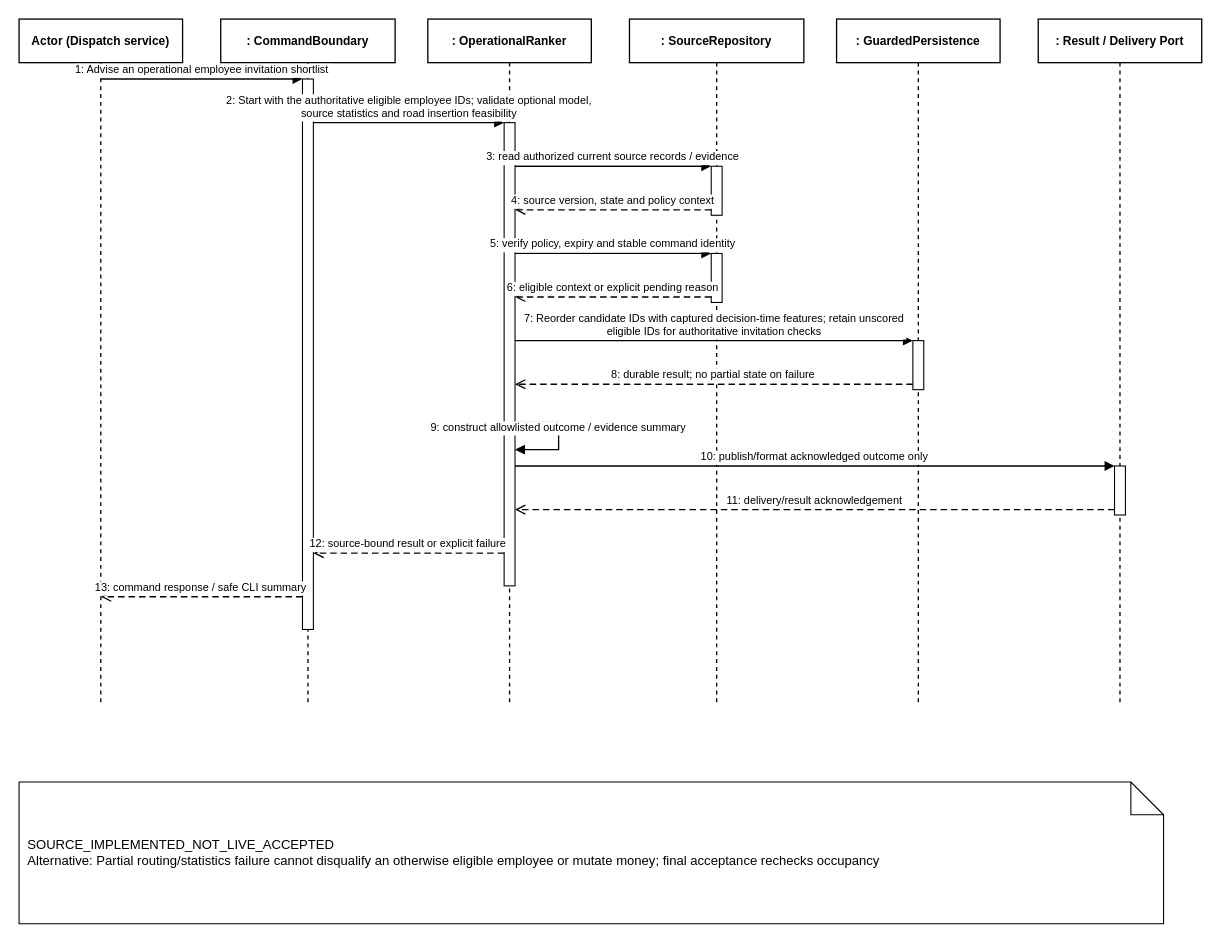
Earlier version of the draw.io diagram doc/reports/report4/sequence/ai-08.drawio (ngocthanhhx7/SEP490_G101_FALL2026). Source tidied: cells renumbered, new cells numbered last; positions are measured from the earlier drawing's top-left corner, leaving out a move shared by most shapes. Both pictures are drawn from the tidied source at 109%, with x=0, y=0 at pixel (19, 19).
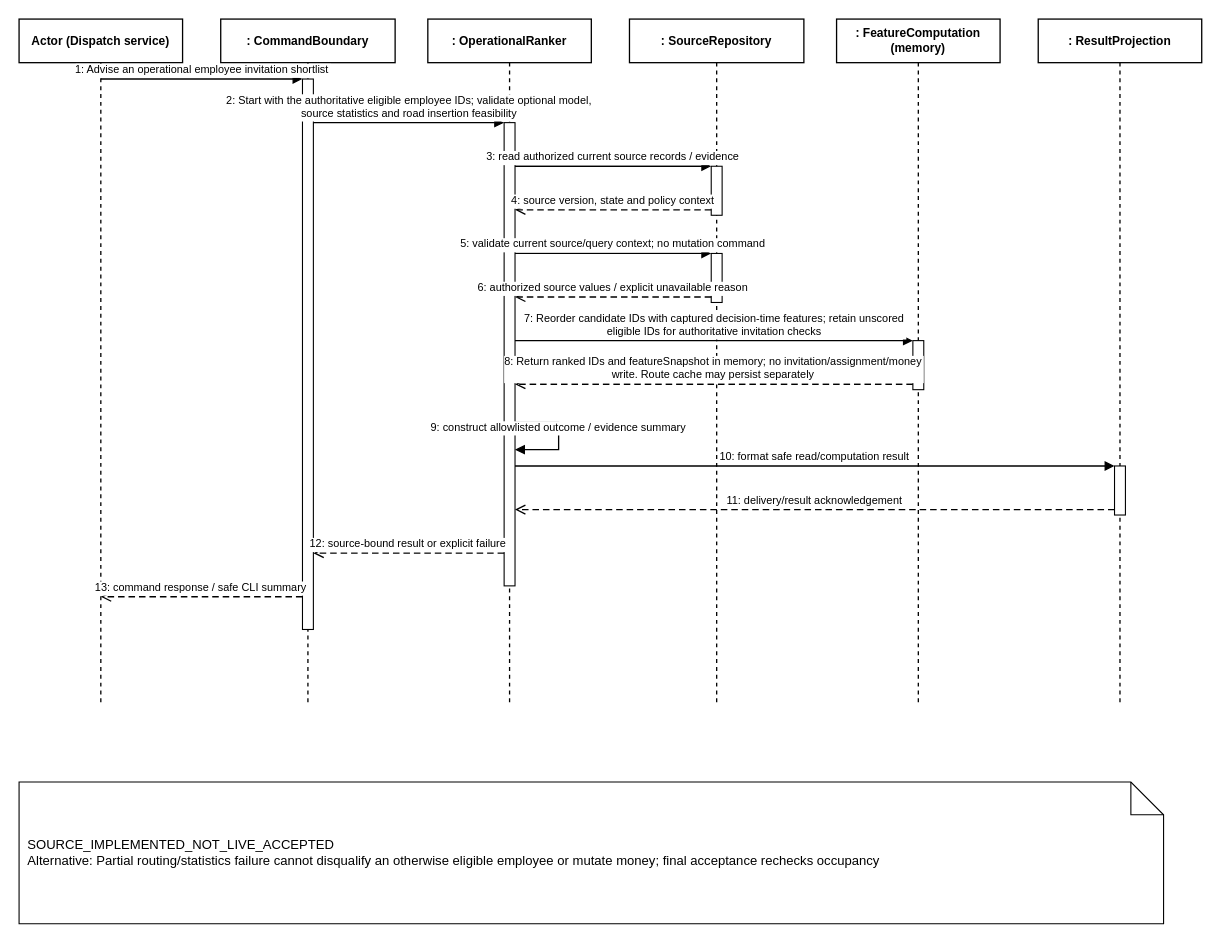
After the change.

What changed in the source:
```diff
@@
-    <mxCell id="6" value=": GuardedPersistence" style="shape=umlLifeline;perimeter=lifelinePerimeter;whiteSpace=wrap;html=0;size=40;fillColor=#FFFFFF;strokeColor=#000000;strokeWidth=1.2;fontStyle=1;fontSize=11;align=center;" parent="1" vertex="1">
+    <mxCell id="6" value=": FeatureComputation (memory)" style="shape=umlLifeline;perimeter=lifelinePerimeter;whiteSpace=wrap;html=0;size=40;fillColor=#FFFFFF;strokeColor=#000000;strokeWidth=1.2;fontStyle=1;fontSize=11;align=center;" parent="1" vertex="1">
       <mxGeometry x="750" width="150" height="630" as="geometry" />
     </mxCell>
-    <mxCell id="7" value=": Result / Delivery Port" style="shape=umlLifeline;perimeter=lifelinePerimeter;whiteSpace=wrap;html=0;size=40;fillColor=#FFFFFF;strokeColor=#000000;strokeWidth=1.2;fontStyle=1;fontSize=11;align=center;" parent="1" vertex="1">
+    <mxCell id="7" value=": ResultProjection" style="shape=umlLifeline;perimeter=lifelinePerimeter;whiteSpace=wrap;html=0;size=40;fillColor=#FFFFFF;strokeColor=#000000;strokeWidth=1.2;fontStyle=1;fontSize=11;align=center;" parent="1" vertex="1">
       <mxGeometry x="935" width="150" height="630" as="geometry" />
     </mxCell>
@@
-    <mxCell id="18" value="5: verify policy, expiry and stable command identity" style="html=0;verticalAlign=bottom;endArrow=block;endFill=1;strokeColor=#000000;strokeWidth=1.2;fontSize=10;fontColor=#000000;edgeStyle=orthogonalEdgeStyle;rounded=0;" parent="1" edge="1">
+    <mxCell id="18" value="5: validate current source/query context; no mutation command" style="html=0;verticalAlign=bottom;endArrow=block;endFill=1;strokeColor=#000000;strokeWidth=1.2;fontSize=10;fontColor=#000000;edgeStyle=orthogonalEdgeStyle;rounded=0;" parent="1" edge="1">
       <mxGeometry relative="1" as="geometry">
         <mxPoint x="455" y="215" as="sourcePoint" />
         <mxPoint x="635" y="215" as="targetPoint" />
       </mxGeometry>
     </mxCell>
-    <mxCell id="19" value="6: eligible context or explicit pending reason" style="html=0;verticalAlign=bottom;endArrow=open;endSize=7;dashed=1;dashPattern=5 3;strokeColor=#000000;strokeWidth=1.2;fontSize=10;fontColor=#000000;edgeStyle=orthogonalEdgeStyle;rounded=0;" parent="1" edge="1">
+    <mxCell id="19" value="6: authorized source values / explicit unavailable reason" style="html=0;verticalAlign=bottom;endArrow=open;endSize=7;dashed=1;dashPattern=5 3;strokeColor=#000000;strokeWidth=1.2;fontSize=10;fontColor=#000000;edgeStyle=orthogonalEdgeStyle;rounded=0;" parent="1" edge="1">
       <mxGeometry relative="1" as="geometry">
         <mxPoint x="635" y="255" as="sourcePoint" />
         <mxPoint x="455" y="255" as="targetPoint" />
       </mxGeometry>
     </mxCell>
@@
-    <mxCell id="21" value="8: durable result; no partial state on failure" style="html=0;verticalAlign=bottom;endArrow=open;endSize=7;dashed=1;dashPattern=5 3;strokeColor=#000000;strokeWidth=1.2;fontSize=10;fontColor=#000000;edgeStyle=orthogonalEdgeStyle;rounded=0;" parent="1" edge="1">
+    <mxCell id="21" value="8: Return ranked IDs and featureSnapshot in memory; no invitation/assignment/money&#10;write. Route cache may persist separately" style="html=0;verticalAlign=bottom;endArrow=open;endSize=7;dashed=1;dashPattern=5 3;strokeColor=#000000;strokeWidth=1.2;fontSize=10;fontColor=#000000;edgeStyle=orthogonalEdgeStyle;rounded=0;" parent="1" edge="1">
       <mxGeometry relative="1" as="geometry">
         <mxPoint x="820" y="335" as="sourcePoint" />
         <mxPoint x="455" y="335" as="targetPoint" />
       </mxGeometry>
     </mxCell>
@@
-    <mxCell id="23" value="10: publish/format acknowledged outcome only" style="html=0;verticalAlign=bottom;endArrow=block;endFill=1;strokeColor=#000000;strokeWidth=1.2;fontSize=10;fontColor=#000000;edgeStyle=orthogonalEdgeStyle;rounded=0;" parent="1" edge="1">
+    <mxCell id="23" value="10: format safe read/computation result" style="html=0;verticalAlign=bottom;endArrow=block;endFill=1;strokeColor=#000000;strokeWidth=1.2;fontSize=10;fontColor=#000000;edgeStyle=orthogonalEdgeStyle;rounded=0;" parent="1" edge="1">
       <mxGeometry relative="1" as="geometry">
         <mxPoint x="455" y="410" as="sourcePoint" />
         <mxPoint x="1005" y="410" as="targetPoint" />
       </mxGeometry>
     </mxCell>
```
